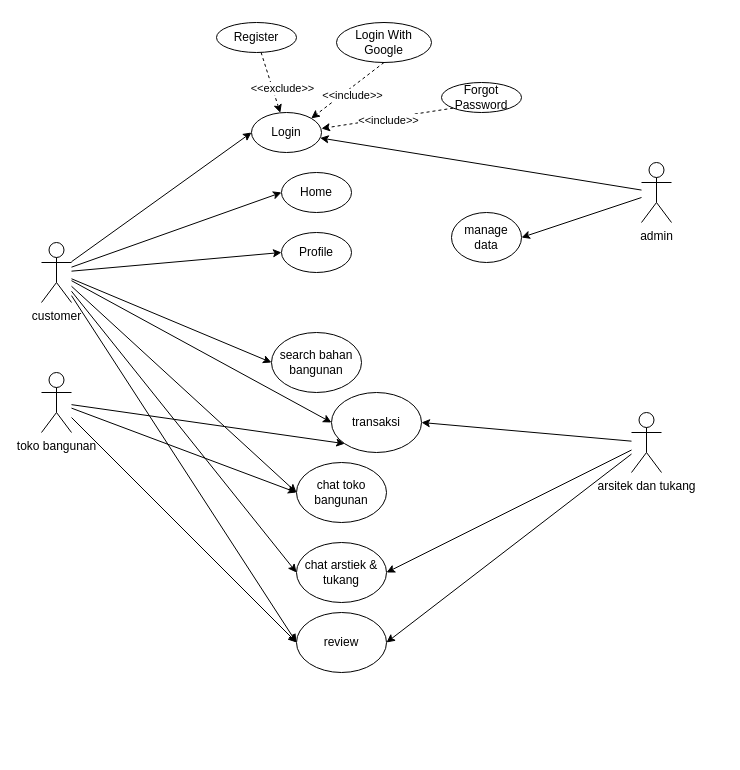
The draw.io diagram page "Use Case" (1 of 2) of UML-BuildIt.drawio in imannrhman/build_it_uml, before the edit. Source tidied: cells renumbered, new cells numbered last; positions are measured from the earlier drawing's top-left corner, leaving out a move shared by most shapes. Both pictures are drawn from the tidied source at 100%, with x=0, y=0 at pixel (41, 22).
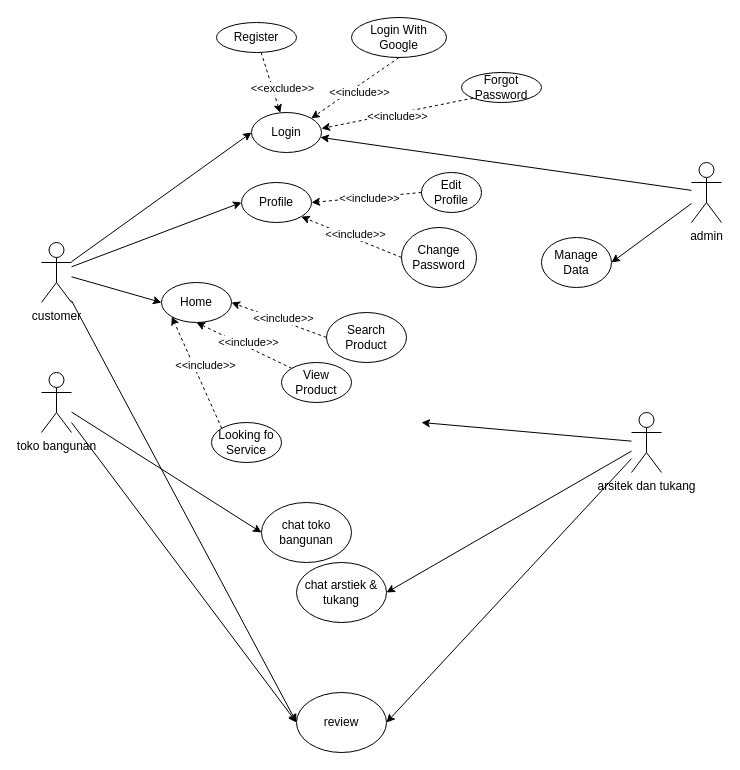
After the change.

Commit message:
Update Home and Profile UML-BuildIt.drawio

Unchanged cells that the change refers to:
```xml
<mxCell id="9" value="toko bangunan" style="shape=umlActor;verticalLabelPosition=bottom;verticalAlign=top;html=1;outlineConnect=0;" parent="1" vertex="1">
  <mxGeometry y="350" width="30" height="60" as="geometry" />
</mxCell>
<mxCell id="13" value="arsitek dan tukang" style="shape=umlActor;verticalLabelPosition=bottom;verticalAlign=top;html=1;outlineConnect=0;" parent="1" vertex="1">
  <mxGeometry x="590" y="390" width="30" height="60" as="geometry" />
</mxCell>
<mxCell id="22" value="customer" style="shape=umlActor;verticalLabelPosition=bottom;verticalAlign=top;html=1;outlineConnect=0;" parent="1" vertex="1">
  <mxGeometry y="220" width="30" height="60" as="geometry" />
</mxCell>
```

The edit, as a diff of the source:
```diff
@@
     <mxCell id="4" value="admin&lt;br&gt;" style="shape=umlActor;verticalLabelPosition=bottom;verticalAlign=top;html=1;outlineConnect=0;" parent="1" vertex="1">
-      <mxGeometry x="600" y="140" width="30" height="60" as="geometry" />
+      <mxGeometry x="650" y="140" width="30" height="60" as="geometry" />
     </mxCell>
@@
-    <mxCell id="8" style="edgeStyle=none;rounded=0;jettySize=auto;html=1;entryX=0;entryY=1;entryDx=0;entryDy=0;" parent="1" edge="1" source="9" target="33">
-      <mxGeometry relative="1" as="geometry" />
-    </mxCell>
@@
-    <mxCell id="12" style="edgeStyle=none;rounded=0;jettySize=auto;html=1;entryX=1;entryY=0.5;entryDx=0;entryDy=0;" parent="1" edge="1" source="13" target="33">
-      <mxGeometry relative="1" as="geometry" />
+    <mxCell id="12" style="edgeStyle=none;rounded=0;jettySize=auto;html=1;entryX=1;entryY=0.5;entryDx=0;entryDy=0;" parent="1" edge="1" source="13">
+      <mxGeometry relative="1" as="geometry">
+        <mxPoint x="380" y="400" as="targetPoint" />
+      </mxGeometry>
     </mxCell>
@@
-    <mxCell id="17" style="edgeStyle=none;rounded=0;jettySize=auto;html=1;entryX=0;entryY=0.5;entryDx=0;entryDy=0;" parent="1" edge="1" source="22" target="28">
-      <mxGeometry relative="1" as="geometry" />
-    </mxCell>
-    <mxCell id="18" style="edgeStyle=none;rounded=0;jettySize=auto;html=1;entryX=0;entryY=0.5;entryDx=0;entryDy=0;" parent="1" edge="1" source="22" target="29">
-      <mxGeometry relative="1" as="geometry" />
-    </mxCell>
-    <mxCell id="19" style="edgeStyle=none;rounded=0;jettySize=auto;html=1;entryX=0;entryY=0.5;entryDx=0;entryDy=0;" parent="1" edge="1" source="22" target="30">
-      <mxGeometry relative="1" as="geometry" />
-    </mxCell>
@@
-    <mxCell id="21" style="edgeStyle=none;rounded=0;jettySize=auto;html=1;entryX=0;entryY=0.5;entryDx=0;entryDy=0;" parent="1" edge="1" source="22" target="33">
-      <mxGeometry relative="1" as="geometry" />
-    </mxCell>
@@
-    <mxCell id="26" value="Home" style="ellipse;whiteSpace=wrap;html=1;" parent="1" vertex="1">
-      <mxGeometry x="240" y="150" width="70" height="40" as="geometry" />
+    <mxCell id="26" value="Profile" style="ellipse;whiteSpace=wrap;html=1;" parent="1" vertex="1">
+      <mxGeometry x="200" y="160" width="70" height="40" as="geometry" />
     </mxCell>
-    <mxCell id="27" value="Profile" style="ellipse;whiteSpace=wrap;html=1;" parent="1" vertex="1">
-      <mxGeometry x="240" y="210" width="70" height="40" as="geometry" />
+    <mxCell id="27" value="Home" style="ellipse;whiteSpace=wrap;html=1;" parent="1" vertex="1">
+      <mxGeometry x="120" y="260" width="70" height="40" as="geometry" />
     </mxCell>
-    <mxCell id="28" value="search bahan bangunan" style="ellipse;whiteSpace=wrap;html=1;" parent="1" vertex="1">
-      <mxGeometry x="230" y="310" width="90" height="60" as="geometry" />
+    <mxCell id="28" value="Search Product" style="ellipse;whiteSpace=wrap;html=1;" parent="1" vertex="1">
+      <mxGeometry x="285" y="290" width="80" height="50" as="geometry" />
     </mxCell>
     <mxCell id="29" value="chat toko bangunan" style="ellipse;whiteSpace=wrap;html=1;" parent="1" vertex="1">
-      <mxGeometry x="255" y="440" width="90" height="60" as="geometry" />
+      <mxGeometry x="220" y="480" width="90" height="60" as="geometry" />
     </mxCell>
     <mxCell id="30" value="chat arstiek &amp;amp; tukang" style="ellipse;whiteSpace=wrap;html=1;" parent="1" vertex="1">
-      <mxGeometry x="255" y="520" width="90" height="60" as="geometry" />
+      <mxGeometry x="255" y="540" width="90" height="60" as="geometry" />
     </mxCell>
     <mxCell id="31" value="review" style="ellipse;whiteSpace=wrap;html=1;" parent="1" vertex="1">
-      <mxGeometry x="255" y="590" width="90" height="60" as="geometry" />
+      <mxGeometry x="255" y="670" width="90" height="60" as="geometry" />
     </mxCell>
-    <mxCell id="32" value="manage data" style="ellipse;whiteSpace=wrap;html=1;" parent="1" vertex="1">
-      <mxGeometry x="410" y="190" width="70" height="50" as="geometry" />
+    <mxCell id="32" value="Manage Data" style="ellipse;whiteSpace=wrap;html=1;" parent="1" vertex="1">
+      <mxGeometry x="500" y="215" width="70" height="50" as="geometry" />
     </mxCell>
-    <mxCell id="33" value="transaksi" style="ellipse;whiteSpace=wrap;html=1;" parent="1" vertex="1">
-      <mxGeometry x="290" y="370" width="90" height="60" as="geometry" />
-    </mxCell>
     <mxCell id="34" value="Forgot Password" style="ellipse;whiteSpace=wrap;html=1;" parent="1" vertex="1">
-      <mxGeometry x="400" y="60" width="80" height="30" as="geometry" />
+      <mxGeometry x="420" y="50" width="80" height="30" as="geometry" />
     </mxCell>
@@
     <mxCell id="37" value="Login With Google" style="ellipse;whiteSpace=wrap;html=1;" parent="1" vertex="1">
-      <mxGeometry x="295" width="95" height="40" as="geometry" />
+      <mxGeometry x="310" y="-5" width="95" height="40" as="geometry" />
     </mxCell>
@@
+    <mxCell id="40" value="View Product" style="ellipse;whiteSpace=wrap;html=1;" parent="1" vertex="1">
+      <mxGeometry x="240" y="340" width="70" height="40" as="geometry" />
+    </mxCell>
+    <mxCell id="41" value="Edit Profile" style="ellipse;whiteSpace=wrap;html=1;" parent="1" vertex="1">
+      <mxGeometry x="380" y="150" width="60" height="40" as="geometry" />
+    </mxCell>
+    <mxCell id="42" style="rounded=0;jettySize=auto;html=1;dashed=1;exitX=0;exitY=0.5;exitDx=0;exitDy=0;entryX=1;entryY=0.5;entryDx=0;entryDy=0;" parent="1" edge="1" source="41" target="26">
+      <mxGeometry relative="1" as="geometry" />
+    </mxCell>
+    <mxCell id="43" value="&amp;lt;&amp;lt;include&amp;gt;&amp;gt;" style="edgeLabel;html=1;align=center;verticalAlign=middle;" parent="42" vertex="1">
+      <mxGeometry x="0.15" y="-1" relative="1" as="geometry">
+        <mxPoint x="11" y="1" as="offset" />
+      </mxGeometry>
+    </mxCell>
+    <mxCell id="44" value="Change Password" style="ellipse;whiteSpace=wrap;html=1;" parent="1" vertex="1">
+      <mxGeometry x="360" y="205" width="75" height="60" as="geometry" />
+    </mxCell>
+    <mxCell id="45" style="rounded=0;jettySize=auto;html=1;dashed=1;exitX=0;exitY=0.5;exitDx=0;exitDy=0;entryX=1;entryY=1;entryDx=0;entryDy=0;" parent="1" edge="1" source="44" target="26">
+      <mxGeometry relative="1" as="geometry" />
+    </mxCell>
+    <mxCell id="46" value="&amp;lt;&amp;lt;include&amp;gt;&amp;gt;" style="edgeLabel;html=1;align=center;verticalAlign=middle;" parent="45" vertex="1">
+      <mxGeometry x="0.15" y="-1" relative="1" as="geometry">
+        <mxPoint x="11" y="1" as="offset" />
+      </mxGeometry>
+    </mxCell>
+    <mxCell id="47" style="rounded=0;jettySize=auto;html=1;dashed=1;exitX=0;exitY=0;exitDx=0;exitDy=0;entryX=0.5;entryY=1;entryDx=0;entryDy=0;" parent="1" edge="1" source="40" target="27">
+      <mxGeometry relative="1" as="geometry" />
+    </mxCell>
+    <mxCell id="48" value="&amp;lt;&amp;lt;include&amp;gt;&amp;gt;" style="edgeLabel;html=1;align=center;verticalAlign=middle;" parent="47" vertex="1">
+      <mxGeometry x="0.15" y="-1" relative="1" as="geometry">
+        <mxPoint x="11" y="1" as="offset" />
+      </mxGeometry>
+    </mxCell>
+    <mxCell id="49" style="rounded=0;jettySize=auto;html=1;dashed=1;exitX=0;exitY=0.5;exitDx=0;exitDy=0;entryX=1;entryY=0.5;entryDx=0;entryDy=0;" parent="1" edge="1" source="28" target="27">
+      <mxGeometry relative="1" as="geometry" />
+    </mxCell>
+    <mxCell id="50" value="&amp;lt;&amp;lt;include&amp;gt;&amp;gt;" style="edgeLabel;html=1;align=center;verticalAlign=middle;" parent="49" vertex="1">
+      <mxGeometry x="0.15" y="-1" relative="1" as="geometry">
+        <mxPoint x="11" y="1" as="offset" />
+      </mxGeometry>
+    </mxCell>
+    <mxCell id="51" value="Looking fo Service" style="ellipse;whiteSpace=wrap;html=1;" parent="1" vertex="1">
+      <mxGeometry x="170" y="400" width="70" height="40" as="geometry" />
+    </mxCell>
+    <mxCell id="52" style="rounded=0;jettySize=auto;html=1;dashed=1;exitX=0;exitY=0;exitDx=0;exitDy=0;entryX=0;entryY=1;entryDx=0;entryDy=0;" parent="1" edge="1" source="51" target="27">
+      <mxGeometry relative="1" as="geometry" />
+    </mxCell>
+    <mxCell id="53" value="&amp;lt;&amp;lt;include&amp;gt;&amp;gt;" style="edgeLabel;html=1;align=center;verticalAlign=middle;" parent="52" vertex="1">
+      <mxGeometry x="0.15" y="-1" relative="1" as="geometry">
+        <mxPoint x="11" y="1" as="offset" />
+      </mxGeometry>
+    </mxCell>
```
